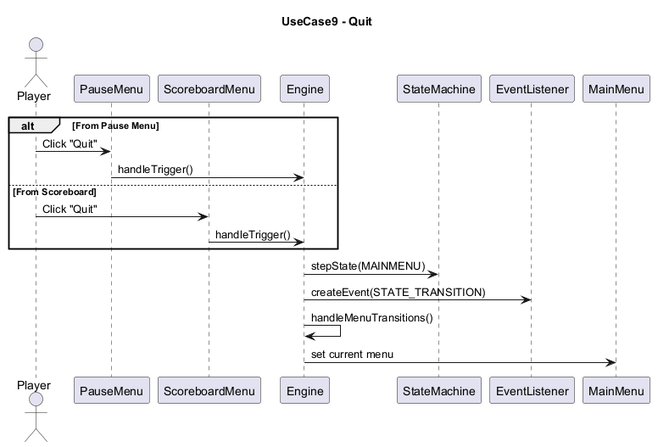
Before: docs/Diagrams/uc9.png, a diagram exported from PlantUML (ChuzaWick420/FYP_AI_Based_Puzzle_Game).
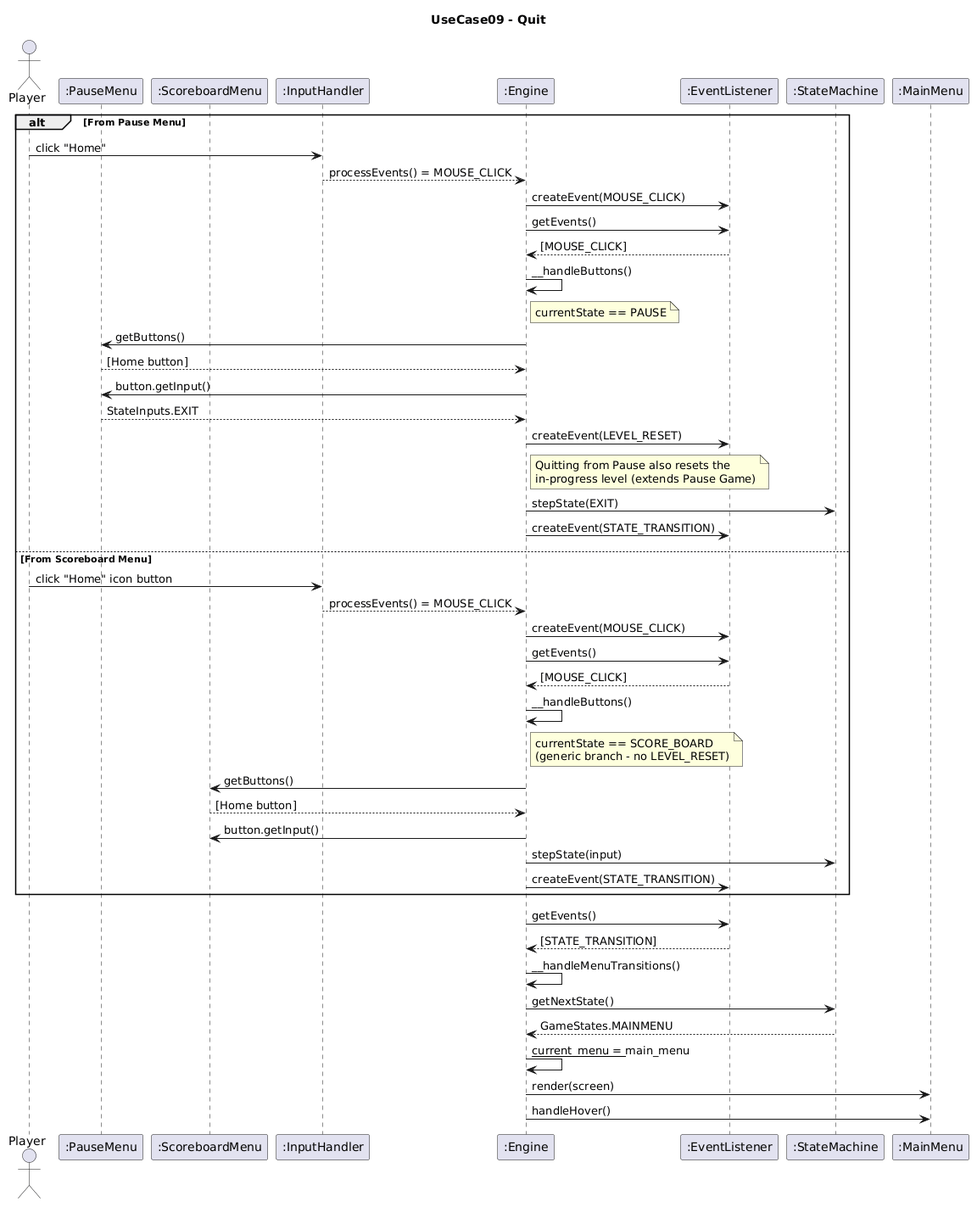
After the commit.

Diff of the diagram source:
```diff
@@ -1,29 +1,53 @@
 @startuml
-title UseCase9 - Quit
+title UseCase09 - Quit
 
 actor Player
-
-participant PauseMenu
-participant ScoreboardMenu
-participant Engine
-participant StateMachine
-participant EventListener
-participant MainMenu
+participant ":PauseMenu" as PM
+participant ":ScoreboardMenu" as SBM
+participant ":InputHandler" as IH
+participant ":Engine" as E
+participant ":EventListener" as EL
+participant ":StateMachine" as SM
+participant ":MainMenu" as MM
 
 alt From Pause Menu
-    Player -> PauseMenu : Click "Quit"
-    PauseMenu -> Engine : handleTrigger()
-
-else From Scoreboard
-    Player -> ScoreboardMenu : Click "Quit"
-    ScoreboardMenu -> Engine : handleTrigger()
+  Player -> IH : click "Home"
+  IH --> E : processEvents() = MOUSE_CLICK
+  E -> EL : createEvent(MOUSE_CLICK)
+  E -> EL : getEvents()
+  EL --> E : [MOUSE_CLICK]
+  E -> E : __handleButtons()
+  note right of E : currentState == PAUSE
+  E -> PM : getButtons()
+  PM --> E : [Home button]
+  E -> PM : button.getInput()
+  PM --> E : StateInputs.EXIT
+  E -> EL : createEvent(LEVEL_RESET)
+  note right of E : Quitting from Pause also resets the\nin-progress level (extends Pause Game)
+  E -> SM : stepState(EXIT)
+  E -> EL : createEvent(STATE_TRANSITION)
+else From Scoreboard Menu
+  Player -> IH : click "Home" icon button
+  IH --> E : processEvents() = MOUSE_CLICK
+  E -> EL : createEvent(MOUSE_CLICK)
+  E -> EL : getEvents()
+  EL --> E : [MOUSE_CLICK]
+  E -> E : __handleButtons()
+  note right of E : currentState == SCORE_BOARD\n(generic branch - no LEVEL_RESET)
+  E -> SBM : getButtons()
+  SBM --> E : [Home button]
+  E -> SBM : button.getInput()
+  E -> SM : stepState(input)
+  E -> EL : createEvent(STATE_TRANSITION)
 end
 
-Engine -> StateMachine : stepState(MAINMENU)
+E -> EL : getEvents()
+EL --> E : [STATE_TRANSITION]
+E -> E : __handleMenuTransitions()
+E -> SM : getNextState()
+SM --> E : GameStates.MAINMENU
+E -> E : __current_menu = __main_menu
 
-Engine -> EventListener : createEvent(STATE_TRANSITION)
-
-Engine -> Engine : handleMenuTransitions()
-Engine -> MainMenu : set current menu
-
+E -> MM : render(screen)
+E -> MM : handleHover()
 @enduml
```
